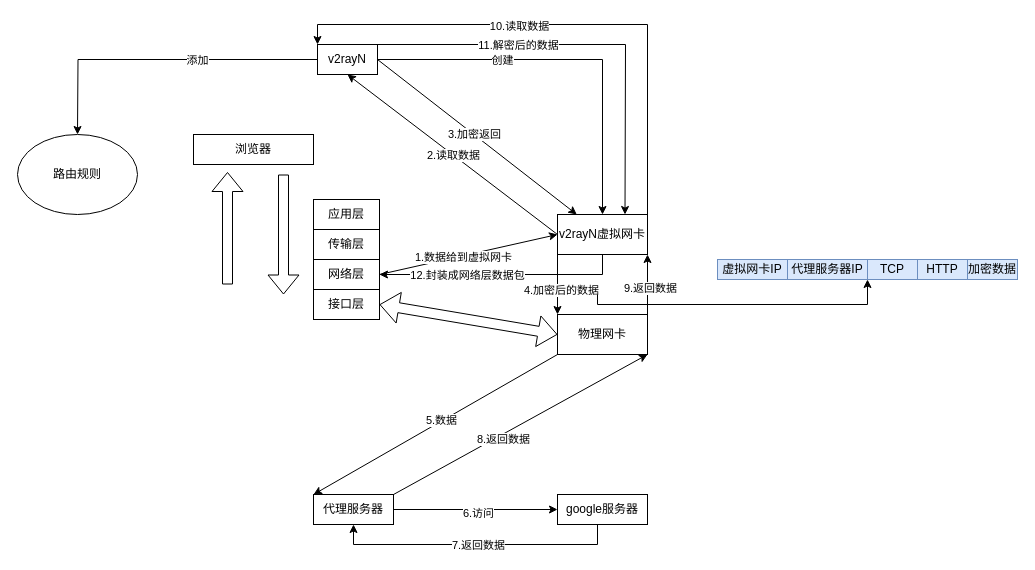
Above: 0.学习笔记/a03.计算机网络/Resource/drawio/Tun模式.drawio in mowang111/personal_knowledge_repository (draw.io), before the change. Source tidied: cells renumbered, new cells numbered last; positions are measured from the earlier drawing's top-left corner, leaving out a move shared by most shapes. Both pictures are drawn from the tidied source at 100%, with x=0, y=0 at pixel (17, 24).
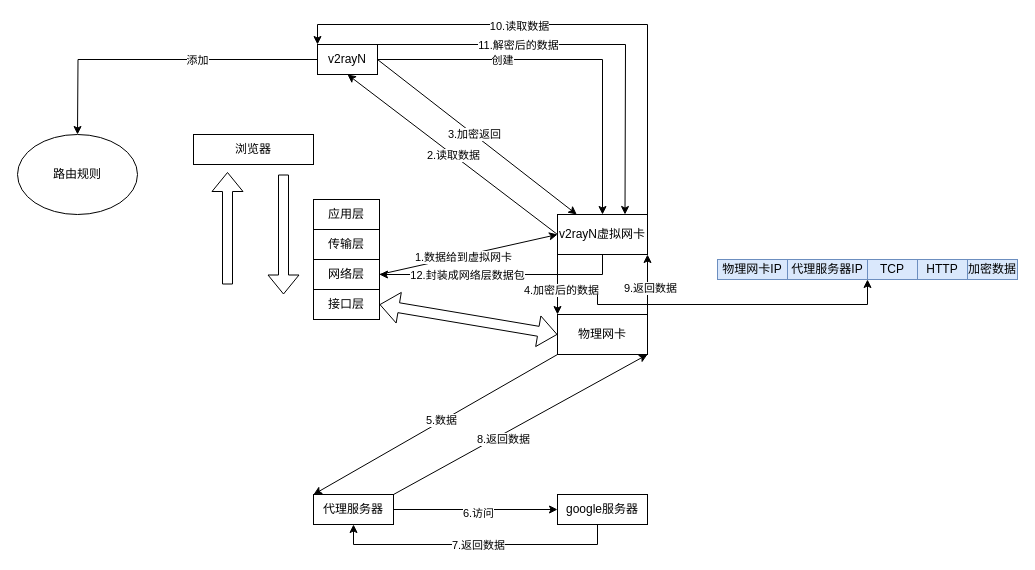
The same page after the edit.

Commit message (it also covers changes not shown here):
vault backup: 2024-01-18 13:13:09

Change to the diagram source:
```diff
@@
-    <mxCell id="44" value="虚拟网卡IP" style="rounded=0;whiteSpace=wrap;html=1;fillColor=#dae8fc;strokeColor=#6c8ebf;" parent="1" vertex="1">
+    <mxCell id="44" value="物理网卡IP" style="rounded=0;whiteSpace=wrap;html=1;fillColor=#dae8fc;strokeColor=#6c8ebf;" parent="1" vertex="1">
       <mxGeometry x="700" y="235" width="70" height="20" as="geometry" />
     </mxCell>
```
